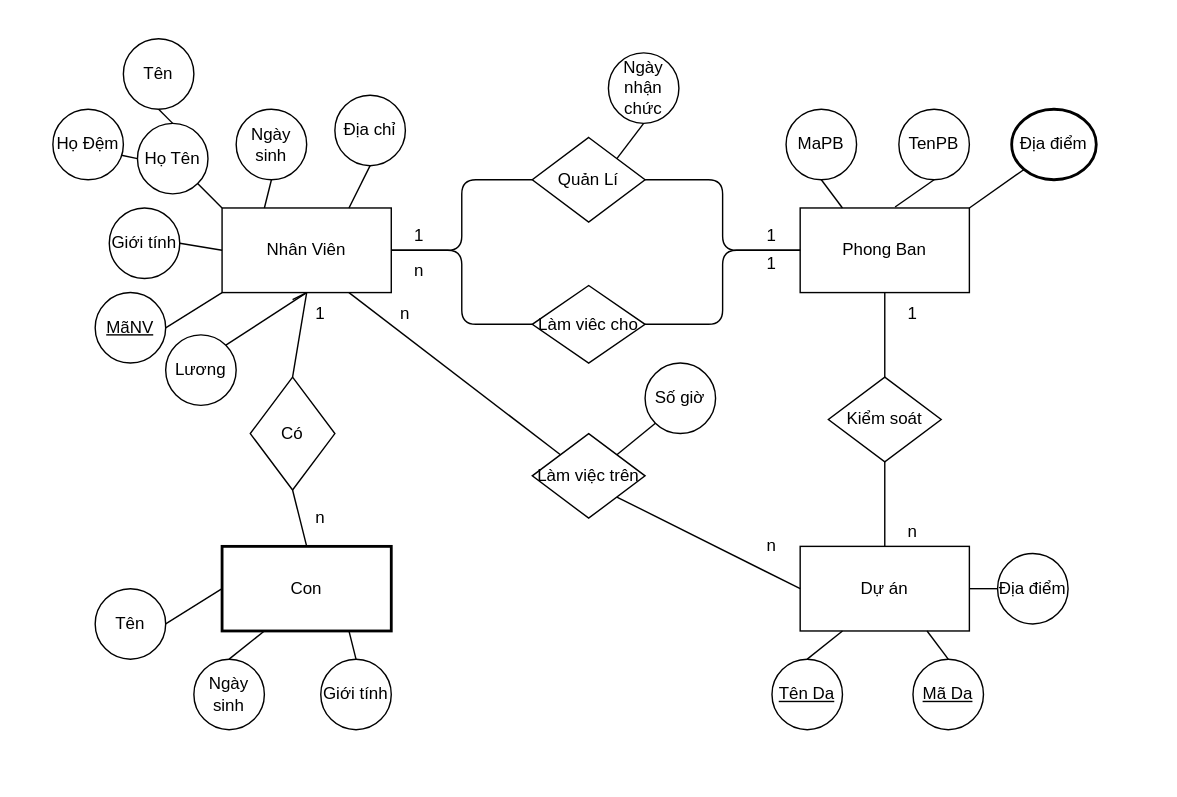
Before: page "ERD" (1 of 2) of LuocDoERD2.drawio in hieuhoang25/MyClock, a draw.io diagram. Source tidied: cells renumbered, new cells numbered last; positions are measured from the earlier drawing's top-left corner, leaving out a move shared by most shapes. Both pictures are drawn from the tidied source at 141%, with x=0, y=0 at pixel (52, 38).
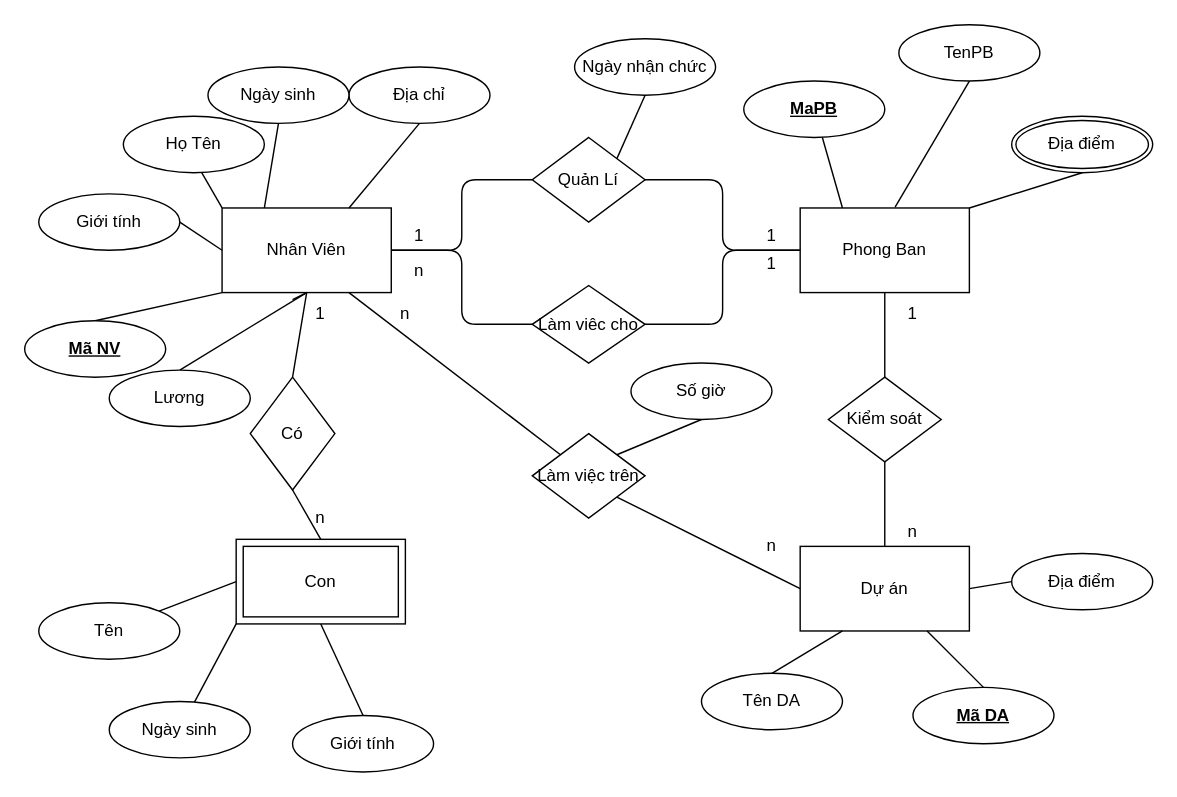
Above is the later version.

The change refers to these unchanged cells:
```xml
<mxCell id="3" value="Dự án" style="rounded=0;whiteSpace=wrap;html=1;" parent="1" vertex="1">
  <mxGeometry x="530" y="360" width="120" height="60" as="geometry" />
</mxCell>
<mxCell id="4" value="Phong Ban" style="rounded=0;whiteSpace=wrap;html=1;" parent="1" vertex="1">
  <mxGeometry x="530" y="120" width="120" height="60" as="geometry" />
</mxCell>
<mxCell id="5" value="Nhân Viên" style="rounded=0;whiteSpace=wrap;html=1;" parent="1" vertex="1">
  <mxGeometry x="120" y="120" width="120" height="60" as="geometry" />
</mxCell>
<mxCell id="27" value="Làm việc trên" style="rhombus;whiteSpace=wrap;html=1;strokeWidth=1;fillColor=none;" parent="1" vertex="1">
  <mxGeometry x="340" y="280" width="80" height="60" as="geometry" />
</mxCell>
```

The edit, as a diff of the source:
```diff
@@
-    <mxCell id="2" value="Con" style="rounded=0;whiteSpace=wrap;html=1;strokeWidth=2;fillColor=none;" parent="1" vertex="1">
-      <mxGeometry x="120" y="360" width="120" height="60" as="geometry" />
-    </mxCell>
@@
-    <mxCell id="6" value="&lt;u&gt;Tên Da&lt;/u&gt;" style="ellipse;whiteSpace=wrap;html=1;strokeWidth=1;fillColor=none;" parent="1" vertex="1">
-      <mxGeometry x="510" y="440" width="50" height="50" as="geometry" />
-    </mxCell>
-    <mxCell id="7" value="&lt;u&gt;Mã Da&lt;/u&gt;" style="ellipse;whiteSpace=wrap;html=1;strokeWidth=1;fillColor=none;" parent="1" vertex="1">
-      <mxGeometry x="610" y="440" width="50" height="50" as="geometry" />
-    </mxCell>
-    <mxCell id="8" value="Địa điểm" style="ellipse;whiteSpace=wrap;html=1;strokeWidth=1;fillColor=none;" parent="1" vertex="1">
-      <mxGeometry x="670" y="365" width="50" height="50" as="geometry" />
-    </mxCell>
-    <mxCell id="9" value="Giới tính" style="ellipse;whiteSpace=wrap;html=1;strokeWidth=1;fillColor=none;" parent="1" vertex="1">
-      <mxGeometry x="190" y="440" width="50" height="50" as="geometry" />
-    </mxCell>
-    <mxCell id="10" value="Ngày sinh" style="ellipse;whiteSpace=wrap;html=1;strokeWidth=1;fillColor=none;" parent="1" vertex="1">
-      <mxGeometry x="100" y="440" width="50" height="50" as="geometry" />
-    </mxCell>
-    <mxCell id="11" value="Tên" style="ellipse;whiteSpace=wrap;html=1;strokeWidth=1;fillColor=none;" parent="1" vertex="1">
-      <mxGeometry x="30" y="390" width="50" height="50" as="geometry" />
-    </mxCell>
-    <mxCell id="12" value="Địa điểm" style="ellipse;whiteSpace=wrap;html=1;strokeWidth=2;fillColor=none;" parent="1" vertex="1">
-      <mxGeometry x="680" y="50" width="60" height="50" as="geometry" />
-    </mxCell>
-    <mxCell id="13" value="TenPB" style="ellipse;whiteSpace=wrap;html=1;strokeWidth=1;fillColor=none;" parent="1" vertex="1">
-      <mxGeometry x="600" y="50" width="50" height="50" as="geometry" />
-    </mxCell>
-    <mxCell id="14" value="MaPB" style="ellipse;whiteSpace=wrap;html=1;strokeWidth=1;fillColor=none;" parent="1" vertex="1">
-      <mxGeometry x="520" y="50" width="50" height="50" as="geometry" />
-    </mxCell>
-    <mxCell id="15" value="Ngày sinh" style="ellipse;whiteSpace=wrap;html=1;strokeWidth=1;fillColor=none;" parent="1" vertex="1">
-      <mxGeometry x="130" y="50" width="50" height="50" as="geometry" />
-    </mxCell>
-    <mxCell id="16" value="Họ Tên" style="ellipse;whiteSpace=wrap;html=1;strokeWidth=1;fillColor=none;" parent="1" vertex="1">
-      <mxGeometry x="60" y="60" width="50" height="50" as="geometry" />
-    </mxCell>
-    <mxCell id="17" value="&lt;u&gt;MãNV&lt;/u&gt;" style="ellipse;whiteSpace=wrap;html=1;strokeWidth=1;fillColor=none;" parent="1" vertex="1">
-      <mxGeometry x="30" y="180" width="50" height="50" as="geometry" />
-    </mxCell>
-    <mxCell id="18" value="Giới tính" style="ellipse;whiteSpace=wrap;html=1;strokeWidth=1;fillColor=none;" parent="1" vertex="1">
-      <mxGeometry x="40" y="120" width="50" height="50" as="geometry" />
-    </mxCell>
-    <mxCell id="19" value="Họ Đệm" style="ellipse;whiteSpace=wrap;html=1;strokeWidth=1;fillColor=none;" parent="1" vertex="1">
-      <mxGeometry y="50" width="50" height="50" as="geometry" />
-    </mxCell>
-    <mxCell id="20" value="Tên" style="ellipse;whiteSpace=wrap;html=1;strokeWidth=1;fillColor=none;" parent="1" vertex="1">
-      <mxGeometry x="50" width="50" height="50" as="geometry" />
-    </mxCell>
-    <mxCell id="21" value="Địa chỉ" style="ellipse;whiteSpace=wrap;html=1;strokeWidth=1;fillColor=none;" parent="1" vertex="1">
-      <mxGeometry x="200" y="40" width="50" height="50" as="geometry" />
-    </mxCell>
-    <mxCell id="22" value="Lương" style="ellipse;whiteSpace=wrap;html=1;strokeWidth=1;fillColor=none;" parent="1" vertex="1">
-      <mxGeometry x="80" y="210" width="50" height="50" as="geometry" />
-    </mxCell>
@@
-    <mxCell id="29" value="Ngày nhận chức" style="ellipse;whiteSpace=wrap;html=1;strokeWidth=1;fillColor=none;" parent="1" vertex="1">
-      <mxGeometry x="394" y="10" width="50" height="50" as="geometry" />
-    </mxCell>
-    <mxCell id="30" value="Số giờ" style="ellipse;whiteSpace=wrap;html=1;strokeWidth=1;fillColor=none;" parent="1" vertex="1">
-      <mxGeometry x="420" y="230" width="50" height="50" as="geometry" />
-    </mxCell>
-    <mxCell id="31" style="endArrow=none;html=1;entryX=0.25;entryY=0;entryDx=0;entryDy=0;exitX=0.5;exitY=1;exitDx=0;exitDy=0;" parent="1" edge="1" source="14" target="4">
+    <mxCell id="31" style="endArrow=none;html=1;entryX=0.25;entryY=0;entryDx=0;entryDy=0;" parent="1" edge="1" source="14" target="4">
       <mxGeometry relative="1" as="geometry" />
     </mxCell>
@@
-    <mxCell id="33" style="endArrow=none;html=1;entryX=0;entryY=1;entryDx=0;entryDy=0;exitX=1;exitY=0;exitDx=0;exitDy=0;" parent="1" edge="1" source="4" target="12">
+    <mxCell id="33" style="endArrow=none;html=1;entryX=0.5;entryY=1;entryDx=0;entryDy=0;exitX=1;exitY=0;exitDx=0;exitDy=0;" parent="1" edge="1" source="4" target="71">
       <mxGeometry relative="1" as="geometry" />
     </mxCell>
-    <mxCell id="34" style="endArrow=none;html=1;entryX=0;entryY=1;entryDx=0;entryDy=0;exitX=1;exitY=0;exitDx=0;exitDy=0;" parent="1" edge="1" source="27" target="30">
+    <mxCell id="34" style="endArrow=none;html=1;entryX=0.5;entryY=1;entryDx=0;entryDy=0;exitX=1;exitY=0;exitDx=0;exitDy=0;" parent="1" edge="1" source="27" target="30">
       <mxGeometry relative="1" as="geometry" />
     </mxCell>
@@
-    <mxCell id="36" style="endArrow=none;html=1;entryX=0;entryY=0.5;entryDx=0;entryDy=0;exitX=1;exitY=0.5;exitDx=0;exitDy=0;" parent="1" edge="1" source="3" target="8">
+    <mxCell id="36" style="endArrow=none;html=1;entryX=0;entryY=0.5;entryDx=0;entryDy=0;exitX=1;exitY=0.5;exitDx=0;exitDy=0;" parent="1" edge="1" source="3" target="80">
       <mxGeometry relative="1" as="geometry" />
     </mxCell>
-    <mxCell id="37" style="endArrow=none;html=1;entryX=0.25;entryY=1;entryDx=0;entryDy=0;exitX=0.5;exitY=0;exitDx=0;exitDy=0;" parent="1" edge="1" source="6" target="3">
+    <mxCell id="37" style="endArrow=none;html=1;entryX=0.25;entryY=1;entryDx=0;entryDy=0;exitX=0.5;exitY=0;exitDx=0;exitDy=0;" parent="1" edge="1" source="79" target="3">
       <mxGeometry relative="1" as="geometry" />
     </mxCell>
-    <mxCell id="38" style="endArrow=none;html=1;entryX=0.75;entryY=1;entryDx=0;entryDy=0;exitX=0.5;exitY=0;exitDx=0;exitDy=0;" parent="1" edge="1" source="7" target="3">
+    <mxCell id="38" style="endArrow=none;html=1;entryX=0.75;entryY=1;entryDx=0;entryDy=0;exitX=0.5;exitY=0;exitDx=0;exitDy=0;" parent="1" edge="1" source="73" target="3">
       <mxGeometry relative="1" as="geometry" />
     </mxCell>
-    <mxCell id="39" style="endArrow=none;html=1;entryX=0.75;entryY=1;entryDx=0;entryDy=0;exitX=0.5;exitY=0;exitDx=0;exitDy=0;" parent="1" edge="1" source="9" target="2">
+    <mxCell id="39" style="endArrow=none;html=1;entryX=0.5;entryY=1;entryDx=0;entryDy=0;exitX=0.5;exitY=0;exitDx=0;exitDy=0;" parent="1" edge="1" source="78" target="2">
       <mxGeometry relative="1" as="geometry" />
     </mxCell>
-    <mxCell id="40" style="endArrow=none;html=1;entryX=0.25;entryY=1;entryDx=0;entryDy=0;exitX=0.5;exitY=0;exitDx=0;exitDy=0;" parent="1" edge="1" source="10" target="2">
+    <mxCell id="40" style="endArrow=none;html=1;entryX=0;entryY=1;entryDx=0;entryDy=0;" parent="1" edge="1" source="77" target="2">
       <mxGeometry relative="1" as="geometry" />
     </mxCell>
-    <mxCell id="41" style="endArrow=none;html=1;entryX=0;entryY=0.5;entryDx=0;entryDy=0;exitX=1;exitY=0.5;exitDx=0;exitDy=0;" parent="1" edge="1" source="11" target="2">
+    <mxCell id="41" style="endArrow=none;html=1;entryX=0;entryY=0.5;entryDx=0;entryDy=0;exitX=1;exitY=0;exitDx=0;exitDy=0;" parent="1" edge="1" source="76" target="2">
       <mxGeometry relative="1" as="geometry" />
     </mxCell>
-    <mxCell id="42" style="endArrow=none;html=1;entryX=0.5;entryY=1;entryDx=0;entryDy=0;exitX=1;exitY=0;exitDx=0;exitDy=0;" parent="1" edge="1" source="22" target="5">
+    <mxCell id="42" style="endArrow=none;html=1;entryX=0.5;entryY=1;entryDx=0;entryDy=0;exitX=0.5;exitY=0;exitDx=0;exitDy=0;" parent="1" edge="1" source="22" target="5">
       <mxGeometry relative="1" as="geometry" />
     </mxCell>
-    <mxCell id="43" style="endArrow=none;html=1;entryX=0;entryY=1;entryDx=0;entryDy=0;exitX=1;exitY=0.5;exitDx=0;exitDy=0;" parent="1" edge="1" source="17" target="5">
+    <mxCell id="43" style="endArrow=none;html=1;entryX=0;entryY=1;entryDx=0;entryDy=0;exitX=0.5;exitY=0;exitDx=0;exitDy=0;" parent="1" edge="1" source="72" target="5">
       <mxGeometry relative="1" as="geometry" />
     </mxCell>
-    <mxCell id="44" style="endArrow=none;html=1;entryX=0;entryY=0.5;entryDx=0;entryDy=0;exitX=1;exitY=0.5;exitDx=0;exitDy=0;" parent="1" edge="1" source="18" target="5">
+    <mxCell id="44" style="endArrow=none;html=1;entryX=0;entryY=0.5;entryDx=0;entryDy=0;exitX=1;exitY=0.5;exitDx=0;exitDy=0;" parent="1" edge="1" source="75" target="5">
       <mxGeometry relative="1" as="geometry" />
     </mxCell>
-    <mxCell id="45" style="endArrow=none;html=1;entryX=0;entryY=0;entryDx=0;entryDy=0;exitX=1;exitY=1;exitDx=0;exitDy=0;" parent="1" edge="1" source="16" target="5">
+    <mxCell id="45" style="endArrow=none;html=1;entryX=0;entryY=0;entryDx=0;entryDy=0;exitX=0.527;exitY=0.875;exitDx=0;exitDy=0;exitPerimeter=0;" parent="1" edge="1" source="16" target="5">
       <mxGeometry relative="1" as="geometry" />
     </mxCell>
-    <mxCell id="46" style="endArrow=none;html=1;entryX=0.25;entryY=0;entryDx=0;entryDy=0;exitX=0.5;exitY=1;exitDx=0;exitDy=0;" parent="1" edge="1" source="15" target="5">
+    <mxCell id="46" style="endArrow=none;html=1;entryX=0.25;entryY=0;entryDx=0;entryDy=0;exitX=0.5;exitY=1;exitDx=0;exitDy=0;" parent="1" edge="1" source="74" target="5">
       <mxGeometry relative="1" as="geometry" />
     </mxCell>
@@
-    <mxCell id="48" style="endArrow=none;html=1;entryX=0.5;entryY=0;entryDx=0;entryDy=0;exitX=0.5;exitY=1;exitDx=0;exitDy=0;" parent="1" edge="1" source="20" target="16">
-      <mxGeometry relative="1" as="geometry" />
-    </mxCell>
-    <mxCell id="49" style="endArrow=none;html=1;entryX=0;entryY=0.5;entryDx=0;entryDy=0;exitX=0.973;exitY=0.653;exitDx=0;exitDy=0;exitPerimeter=0;" parent="1" edge="1" source="19" target="16">
-      <mxGeometry relative="1" as="geometry" />
-    </mxCell>
@@
+    <mxCell id="71" value="Địa điểm" style="ellipse;shape=doubleEllipse;margin=3;whiteSpace=wrap;html=1;align=center;" parent="1" vertex="1">
+      <mxGeometry x="680" y="55" width="100" height="40" as="geometry" />
+    </mxCell>
+    <mxCell id="2" value="Con" style="shape=ext;margin=3;double=1;whiteSpace=wrap;html=1;align=center;" parent="1" vertex="1">
+      <mxGeometry x="130" y="355" width="120" height="60" as="geometry" />
+    </mxCell>
+    <mxCell id="14" value="MaPB&lt;br&gt;" style="ellipse;whiteSpace=wrap;html=1;align=center;fontStyle=5;" parent="1" vertex="1">
+      <mxGeometry x="490" y="30" width="100" height="40" as="geometry" />
+    </mxCell>
+    <mxCell id="72" value="Mã NV" style="ellipse;whiteSpace=wrap;html=1;align=center;fontStyle=5;" parent="1" vertex="1">
+      <mxGeometry x="-20" y="200" width="100" height="40" as="geometry" />
+    </mxCell>
+    <mxCell id="73" value="Mã DA" style="ellipse;whiteSpace=wrap;html=1;align=center;fontStyle=5;" parent="1" vertex="1">
+      <mxGeometry x="610" y="460" width="100" height="40" as="geometry" />
+    </mxCell>
+    <mxCell id="21" value="Địa chỉ" style="ellipse;whiteSpace=wrap;html=1;align=center;" parent="1" vertex="1">
+      <mxGeometry x="210" y="20" width="100" height="40" as="geometry" />
+    </mxCell>
+    <mxCell id="74" value="Ngày sinh" style="ellipse;whiteSpace=wrap;html=1;align=center;" parent="1" vertex="1">
+      <mxGeometry x="110" y="20" width="100" height="40" as="geometry" />
+    </mxCell>
+    <mxCell id="16" value="Họ Tên" style="ellipse;whiteSpace=wrap;html=1;align=center;" parent="1" vertex="1">
+      <mxGeometry x="50" y="55" width="100" height="40" as="geometry" />
+    </mxCell>
+    <mxCell id="75" value="Giới tính" style="ellipse;whiteSpace=wrap;html=1;align=center;" parent="1" vertex="1">
+      <mxGeometry x="-10" y="110" width="100" height="40" as="geometry" />
+    </mxCell>
+    <mxCell id="22" value="Lương" style="ellipse;whiteSpace=wrap;html=1;align=center;" parent="1" vertex="1">
+      <mxGeometry x="40" y="235" width="100" height="40" as="geometry" />
+    </mxCell>
+    <mxCell id="76" value="Tên" style="ellipse;whiteSpace=wrap;html=1;align=center;" parent="1" vertex="1">
+      <mxGeometry x="-10" y="400" width="100" height="40" as="geometry" />
+    </mxCell>
+    <mxCell id="77" value="Ngày sinh" style="ellipse;whiteSpace=wrap;html=1;align=center;" parent="1" vertex="1">
+      <mxGeometry x="40" y="470" width="100" height="40" as="geometry" />
+    </mxCell>
+    <mxCell id="78" value="Giới tính" style="ellipse;whiteSpace=wrap;html=1;align=center;" parent="1" vertex="1">
+      <mxGeometry x="170" y="480" width="100" height="40" as="geometry" />
+    </mxCell>
+    <mxCell id="29" value="Ngày nhận chức" style="ellipse;whiteSpace=wrap;html=1;align=center;" parent="1" vertex="1">
+      <mxGeometry x="370" width="100" height="40" as="geometry" />
+    </mxCell>
+    <mxCell id="30" value="Số giờ" style="ellipse;whiteSpace=wrap;html=1;align=center;" parent="1" vertex="1">
+      <mxGeometry x="410" y="230" width="100" height="40" as="geometry" />
+    </mxCell>
+    <mxCell id="13" value="TenPB" style="ellipse;whiteSpace=wrap;html=1;align=center;" parent="1" vertex="1">
+      <mxGeometry x="600" y="-10" width="100" height="40" as="geometry" />
+    </mxCell>
+    <mxCell id="79" value="Tên DA" style="ellipse;whiteSpace=wrap;html=1;align=center;" parent="1" vertex="1">
+      <mxGeometry x="460" y="450" width="100" height="40" as="geometry" />
+    </mxCell>
+    <mxCell id="80" value="Địa điểm" style="ellipse;whiteSpace=wrap;html=1;align=center;" parent="1" vertex="1">
+      <mxGeometry x="680" y="365" width="100" height="40" as="geometry" />
+    </mxCell>
```
